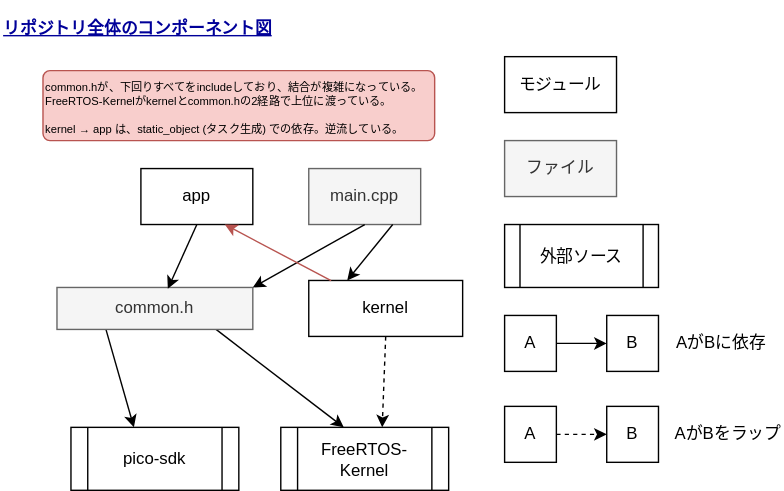
Above: docs/components.drawio.svg in mkou1256/pico2w-thermometer (draw.io), before the change. Source tidied: cells renumbered, new cells last; positions are measured from the earlier drawing's top-left corner, leaving out a move shared by most shapes.
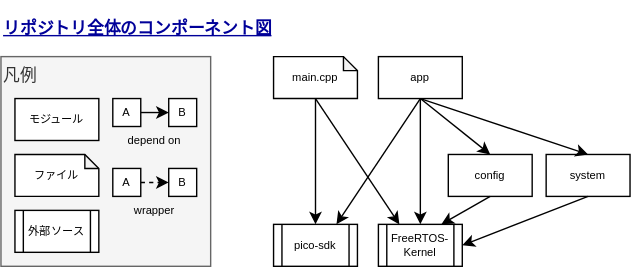
After the commit.

The edit, as a diff of the source:
```diff
@@ -3,88 +3,88 @@
     <mxCell id="0" />
     <mxCell id="1" parent="0" />
     <mxCell id="2" value="リポジトリ全体のコンポーネント図" style="text;html=1;align=left;verticalAlign=middle;whiteSpace=wrap;rounded=0;fontStyle=5;fontColor=#000099;" parent="1" vertex="1">
-      <mxGeometry width="440" height="40" as="geometry" />
+      <mxGeometry x="10" width="430" height="40" as="geometry" />
     </mxCell>
-    <mxCell id="3" value="app" style="html=1;whiteSpace=wrap;" parent="1" vertex="1">
-      <mxGeometry x="100" y="120" width="80" height="40" as="geometry" />
+    <mxCell id="3" value="app" style="html=1;whiteSpace=wrap;fontSize=8;align=center;verticalAlign=middle;" parent="1" vertex="1">
+      <mxGeometry x="280" y="40" width="60" height="30" as="geometry" />
     </mxCell>
-    <mxCell id="4" value="kernel" style="html=1;whiteSpace=wrap;" parent="1" vertex="1">
-      <mxGeometry x="220" y="200" width="110" height="40" as="geometry" />
-    </mxCell>
-    <mxCell id="5" style="endArrow=classic;html=1;exitX=0.804;exitY=0.97;exitDx=0;exitDy=0;exitPerimeter=0;entryX=0.5;entryY=0;entryDx=0;entryDy=0;" parent="1" edge="1" source="8">
-      <mxGeometry relative="1" as="geometry">
-        <mxPoint x="245" y="305" as="targetPoint" />
-      </mxGeometry>
-    </mxCell>
-    <mxCell id="6" style="endArrow=classic;html=1;exitX=0.5;exitY=1;exitDx=0;exitDy=0;dashed=1;entryX=0.75;entryY=0;entryDx=0;entryDy=0;" parent="1" edge="1" source="4">
-      <mxGeometry relative="1" as="geometry">
-        <mxPoint x="272.5" y="305" as="targetPoint" />
-      </mxGeometry>
-    </mxCell>
-    <mxCell id="7" style="endArrow=classic;html=1;exitX=0.25;exitY=1;exitDx=0;exitDy=0;entryX=0.5;entryY=0;entryDx=0;entryDy=0;" parent="1" edge="1" source="8">
-      <mxGeometry relative="1" as="geometry">
-        <mxPoint x="95" y="305" as="targetPoint" />
-      </mxGeometry>
-    </mxCell>
-    <mxCell id="8" value="common.h" style="rounded=0;whiteSpace=wrap;html=1;fillColor=#f5f5f5;fontColor=#333333;strokeColor=#666666;" parent="1" vertex="1">
-      <mxGeometry x="40" y="205" width="140" height="30" as="geometry" />
-    </mxCell>
-    <mxCell id="9" style="endArrow=classic;html=1;exitX=0.5;exitY=1;exitDx=0;exitDy=0;entryX=0.566;entryY=0.032;entryDx=0;entryDy=0;entryPerimeter=0;" parent="1" edge="1" source="3" target="8">
+    <mxCell id="9" style="endArrow=classic;html=1;exitX=0.5;exitY=1;exitDx=0;exitDy=0;entryX=0.5;entryY=0;entryDx=0;entryDy=0;" parent="1" edge="1" source="3" target="14">
       <mxGeometry relative="1" as="geometry" />
     </mxCell>
-    <mxCell id="10" value="main.cpp" style="html=1;whiteSpace=wrap;fillColor=#f5f5f5;fontColor=#333333;strokeColor=#666666;" parent="1" vertex="1">
-      <mxGeometry x="220" y="120" width="80" height="40" as="geometry" />
-    </mxCell>
-    <mxCell id="11" style="endArrow=classic;html=1;exitX=0.5;exitY=1;exitDx=0;exitDy=0;entryX=1;entryY=0;entryDx=0;entryDy=0;" parent="1" edge="1" source="10" target="8">
+    <mxCell id="11" style="endArrow=classic;html=1;exitX=0.5;exitY=1;exitDx=0;exitDy=0;exitPerimeter=0;entryX=0.5;entryY=0;entryDx=0;entryDy=0;" parent="1" edge="1" source="10" target="15">
       <mxGeometry relative="1" as="geometry" />
     </mxCell>
-    <mxCell id="12" style="endArrow=classic;html=1;exitX=0.75;exitY=1;exitDx=0;exitDy=0;entryX=0.25;entryY=0;entryDx=0;entryDy=0;" parent="1" edge="1" source="10" target="4">
-      <mxGeometry relative="1" as="geometry" />
-    </mxCell>
-    <mxCell id="13" value="&lt;font style=&quot;scrollbar-color: rgb(226, 226, 226) rgb(251, 251, 251); font-size: 8px; color: rgb(0, 0, 0);&quot;&gt;common.hが、下回りすべてをincludeしており、結合が複雑になっている。&lt;/font&gt;&lt;div style=&quot;color: rgb(63, 63, 63); scrollbar-color: rgb(226, 226, 226) rgb(251, 251, 251); font-size: 8px;&quot;&gt;&lt;font style=&quot;scrollbar-color: rgb(226, 226, 226) rgb(251, 251, 251); color: rgb(0, 0, 0);&quot;&gt;FreeRTOS-Kernelがkernelとcommon.hの2経路で上位に渡っている。&lt;/font&gt;&lt;/div&gt;&lt;div style=&quot;color: rgb(63, 63, 63); scrollbar-color: rgb(226, 226, 226) rgb(251, 251, 251); font-size: 8px;&quot;&gt;&lt;font style=&quot;scrollbar-color: rgb(226, 226, 226) rgb(251, 251, 251); color: rgb(0, 0, 0);&quot;&gt;&lt;br&gt;&lt;/font&gt;&lt;/div&gt;&lt;div style=&quot;color: rgb(63, 63, 63); scrollbar-color: rgb(226, 226, 226) rgb(251, 251, 251); font-size: 8px;&quot;&gt;&lt;font style=&quot;scrollbar-color: rgb(226, 226, 226) rgb(251, 251, 251); color: rgb(0, 0, 0);&quot;&gt;kernel → app は、static_object (タスク生成) での依存。逆流している。&lt;/font&gt;&lt;/div&gt;" style="rounded=1;whiteSpace=wrap;html=1;fillColor=#f8cecc;strokeColor=#b85450;align=left;arcSize=10;verticalAlign=middle;" parent="1" vertex="1">
-      <mxGeometry x="30" y="50" width="280" height="50" as="geometry" />
-    </mxCell>
-    <mxCell id="14" value="&lt;span style=&quot;color: rgb(0, 0, 0);&quot;&gt;FreeRTOS-Kernel&lt;/span&gt;" style="shape=process;whiteSpace=wrap;html=1;backgroundOutline=1;" parent="1" vertex="1">
-      <mxGeometry x="200" y="305" width="120" height="45" as="geometry" />
+    <mxCell id="14" value="&lt;span style=&quot;color: rgb(0, 0, 0);&quot;&gt;FreeRTOS-Kernel&lt;/span&gt;" style="shape=process;whiteSpace=wrap;html=1;backgroundOutline=1;fontSize=8;" parent="1" vertex="1">
+      <mxGeometry x="280" y="160" width="60" height="30" as="geometry" />
     </mxCell>
-    <mxCell id="15" value="&lt;span style=&quot;color: rgb(0, 0, 0);&quot;&gt;pico-sdk&lt;/span&gt;" style="shape=process;whiteSpace=wrap;html=1;backgroundOutline=1;" parent="1" vertex="1">
-      <mxGeometry x="50" y="305" width="120" height="45" as="geometry" />
+    <mxCell id="15" value="&lt;span style=&quot;color: rgb(0, 0, 0);&quot;&gt;pico-sdk&lt;/span&gt;" style="shape=process;whiteSpace=wrap;html=1;backgroundOutline=1;fontSize=8;" parent="1" vertex="1">
+      <mxGeometry x="205" y="160" width="60" height="30" as="geometry" />
     </mxCell>
+    <mxCell id="28" style="group;" parent="1" vertex="1">
+      <mxGeometry x="10" y="40" width="150" height="150" as="geometry" />
+    </mxCell>
+    <mxCell id="29" value="凡例" style="rounded=0;whiteSpace=wrap;html=1;fillColor=#f5f5f5;strokeColor=#666666;fontColor=#333333;align=left;verticalAlign=top;" parent="28" vertex="1">
+      <mxGeometry width="150" height="150" as="geometry" />
+    </mxCell>
-    <mxCell id="16" value="モジュール" style="html=1;whiteSpace=wrap;" parent="1" vertex="1">
-      <mxGeometry x="360" y="40" width="80" height="40" as="geometry" />
+    <mxCell id="16" value="モジュール" style="html=1;whiteSpace=wrap;fontSize=8;" parent="28" vertex="1">
+      <mxGeometry x="10" y="30" width="60" height="30" as="geometry" />
     </mxCell>
-    <mxCell id="17" value="ファイル" style="rounded=0;whiteSpace=wrap;html=1;fillColor=#f5f5f5;fontColor=#333333;strokeColor=#666666;" parent="1" vertex="1">
-      <mxGeometry x="360" y="100" width="80" height="40" as="geometry" />
-    </mxCell>
-    <mxCell id="18" value="&lt;span style=&quot;color: rgb(0, 0, 0);&quot;&gt;外部ソース&lt;/span&gt;" style="shape=process;whiteSpace=wrap;html=1;backgroundOutline=1;" parent="1" vertex="1">
-      <mxGeometry x="360" y="160" width="110" height="45" as="geometry" />
+    <mxCell id="18" value="&lt;span style=&quot;color: rgb(0, 0, 0);&quot;&gt;外部ソース&lt;/span&gt;" style="shape=process;whiteSpace=wrap;html=1;backgroundOutline=1;fontSize=8;" parent="28" vertex="1">
+      <mxGeometry x="10" y="110" width="60" height="30" as="geometry" />
     </mxCell>
-    <mxCell id="19" style="endArrow=classic;html=1;exitX=1;exitY=0.5;exitDx=0;exitDy=0;entryX=0;entryY=0.5;entryDx=0;entryDy=0;" parent="1" edge="1" source="20" target="21">
+    <mxCell id="19" style="endArrow=classic;html=1;exitX=1;exitY=0.5;exitDx=0;exitDy=0;entryX=0;entryY=0.5;entryDx=0;entryDy=0;" parent="28" edge="1" source="20" target="21">
       <mxGeometry relative="1" as="geometry" />
     </mxCell>
-    <mxCell id="20" value="A" style="html=1;whiteSpace=wrap;" parent="1" vertex="1">
-      <mxGeometry x="360" y="225" width="37" height="40" as="geometry" />
+    <mxCell id="20" value="A" style="html=1;whiteSpace=wrap;fontSize=8;" parent="28" vertex="1">
+      <mxGeometry x="80" y="30" width="20" height="20" as="geometry" />
     </mxCell>
-    <mxCell id="21" value="&lt;span&gt;B&lt;/span&gt;" style="html=1;whiteSpace=wrap;fontStyle=0;" parent="1" vertex="1">
-      <mxGeometry x="433" y="225" width="37" height="40" as="geometry" />
+    <mxCell id="21" value="&lt;span&gt;B&lt;/span&gt;" style="html=1;whiteSpace=wrap;fontStyle=0;fontSize=8;" parent="28" vertex="1">
+      <mxGeometry x="120" y="30" width="20" height="20" as="geometry" />
     </mxCell>
-    <mxCell id="22" value="AがBに依存" style="text;html=1;align=center;verticalAlign=middle;whiteSpace=wrap;rounded=0;" parent="1" vertex="1">
-      <mxGeometry x="480" y="230" width="70" height="30" as="geometry" />
+    <mxCell id="22" value="depend on" style="text;html=1;align=center;verticalAlign=middle;whiteSpace=wrap;rounded=0;fontSize=8;" parent="28" vertex="1">
+      <mxGeometry x="85" y="50" width="50" height="20" as="geometry" />
     </mxCell>
-    <mxCell id="23" style="endArrow=classic;html=1;exitX=1;exitY=0.5;exitDx=0;exitDy=0;entryX=0;entryY=0.5;entryDx=0;entryDy=0;dashed=1;" parent="1" edge="1" source="24" target="25">
+    <mxCell id="23" style="endArrow=classic;html=1;exitX=1;exitY=0.5;exitDx=0;exitDy=0;entryX=0;entryY=0.5;entryDx=0;entryDy=0;dashed=1;" parent="28" edge="1" source="24" target="25">
       <mxGeometry relative="1" as="geometry" />
     </mxCell>
-    <mxCell id="24" value="A" style="html=1;whiteSpace=wrap;" parent="1" vertex="1">
-      <mxGeometry x="360" y="290" width="37" height="40" as="geometry" />
+    <mxCell id="24" value="A" style="html=1;whiteSpace=wrap;fontSize=8;" parent="28" vertex="1">
+      <mxGeometry x="80" y="80" width="20" height="20" as="geometry" />
     </mxCell>
-    <mxCell id="25" value="&lt;span&gt;B&lt;/span&gt;" style="html=1;whiteSpace=wrap;fontStyle=0;" parent="1" vertex="1">
-      <mxGeometry x="433" y="290" width="37" height="40" as="geometry" />
+    <mxCell id="25" value="&lt;span&gt;B&lt;/span&gt;" style="html=1;whiteSpace=wrap;fontStyle=0;fontSize=8;" parent="28" vertex="1">
+      <mxGeometry x="120" y="80" width="20" height="20" as="geometry" />
     </mxCell>
-    <mxCell id="26" value="AがBをラップ" style="text;html=1;align=center;verticalAlign=middle;whiteSpace=wrap;rounded=0;" parent="1" vertex="1">
-      <mxGeometry x="480" y="295" width="80" height="30" as="geometry" />
+    <mxCell id="26" value="wrapper" style="text;html=1;align=center;verticalAlign=middle;whiteSpace=wrap;rounded=0;fontSize=8;" parent="28" vertex="1">
+      <mxGeometry x="80" y="100" width="60" height="20" as="geometry" />
     </mxCell>
-    <mxCell id="27" style="endArrow=classic;html=1;exitX=0.145;exitY=0.004;exitDx=0;exitDy=0;entryX=0.75;entryY=1;entryDx=0;entryDy=0;exitPerimeter=0;fillColor=#f8cecc;strokeColor=#b85450;" parent="1" edge="1" source="4" target="3">
-      <mxGeometry relative="1" as="geometry" />
-    </mxCell>
+    <mxCell id="17" value="ファイル" style="shape=note;whiteSpace=wrap;html=1;backgroundOutline=1;darkOpacity=0.05;fontSize=8;size=10;" parent="28" vertex="1">
+      <mxGeometry x="10" y="70" width="60" height="30" as="geometry" />
+    </mxCell>
+    <mxCell id="10" value="main.cpp" style="shape=note;whiteSpace=wrap;html=1;backgroundOutline=1;darkOpacity=0.05;fontSize=8;size=10;align=center;verticalAlign=middle;" parent="1" vertex="1">
+      <mxGeometry x="205" y="40" width="60" height="30" as="geometry" />
+    </mxCell>
+    <mxCell id="30" style="endArrow=classic;html=1;exitX=0.5;exitY=1;exitDx=0;exitDy=0;entryX=0.75;entryY=0;entryDx=0;entryDy=0;" parent="1" edge="1" source="3" target="15">
+      <mxGeometry relative="1" as="geometry" />
+    </mxCell>
+    <mxCell id="31" style="endArrow=classic;html=1;exitX=0.5;exitY=1;exitDx=0;exitDy=0;exitPerimeter=0;entryX=0.25;entryY=0;entryDx=0;entryDy=0;" parent="1" edge="1" source="10" target="14">
+      <mxGeometry relative="1" as="geometry" />
+    </mxCell>
+    <mxCell id="32" value="system" style="html=1;whiteSpace=wrap;fontSize=8;" parent="1" vertex="1">
+      <mxGeometry x="400" y="110" width="60" height="30" as="geometry" />
+    </mxCell>
+    <mxCell id="33" value="config" style="html=1;whiteSpace=wrap;fontSize=8;" parent="1" vertex="1">
+      <mxGeometry x="330" y="110" width="60" height="30" as="geometry" />
+    </mxCell>
+    <mxCell id="34" style="endArrow=classic;html=1;exitX=0.5;exitY=1;exitDx=0;exitDy=0;entryX=0.5;entryY=0;entryDx=0;entryDy=0;" parent="1" edge="1" source="3" target="33">
+      <mxGeometry relative="1" as="geometry" />
+    </mxCell>
+    <mxCell id="35" style="endArrow=classic;html=1;entryX=0.5;entryY=0;entryDx=0;entryDy=0;exitX=0.5;exitY=1;exitDx=0;exitDy=0;" parent="1" edge="1" source="3" target="32">
+      <mxGeometry relative="1" as="geometry" />
+    </mxCell>
+    <mxCell id="36" style="endArrow=classic;html=1;entryX=1;entryY=0.5;entryDx=0;entryDy=0;exitX=0.5;exitY=1;exitDx=0;exitDy=0;" parent="1" edge="1" source="32" target="14">
+      <mxGeometry relative="1" as="geometry" />
+    </mxCell>
+    <mxCell id="37" style="endArrow=classic;html=1;entryX=0.75;entryY=0;entryDx=0;entryDy=0;exitX=0.5;exitY=1;exitDx=0;exitDy=0;" parent="1" edge="1" source="33" target="14">
+      <mxGeometry relative="1" as="geometry" />
+    </mxCell>
   </root>
 </mxGraphModel>
```
